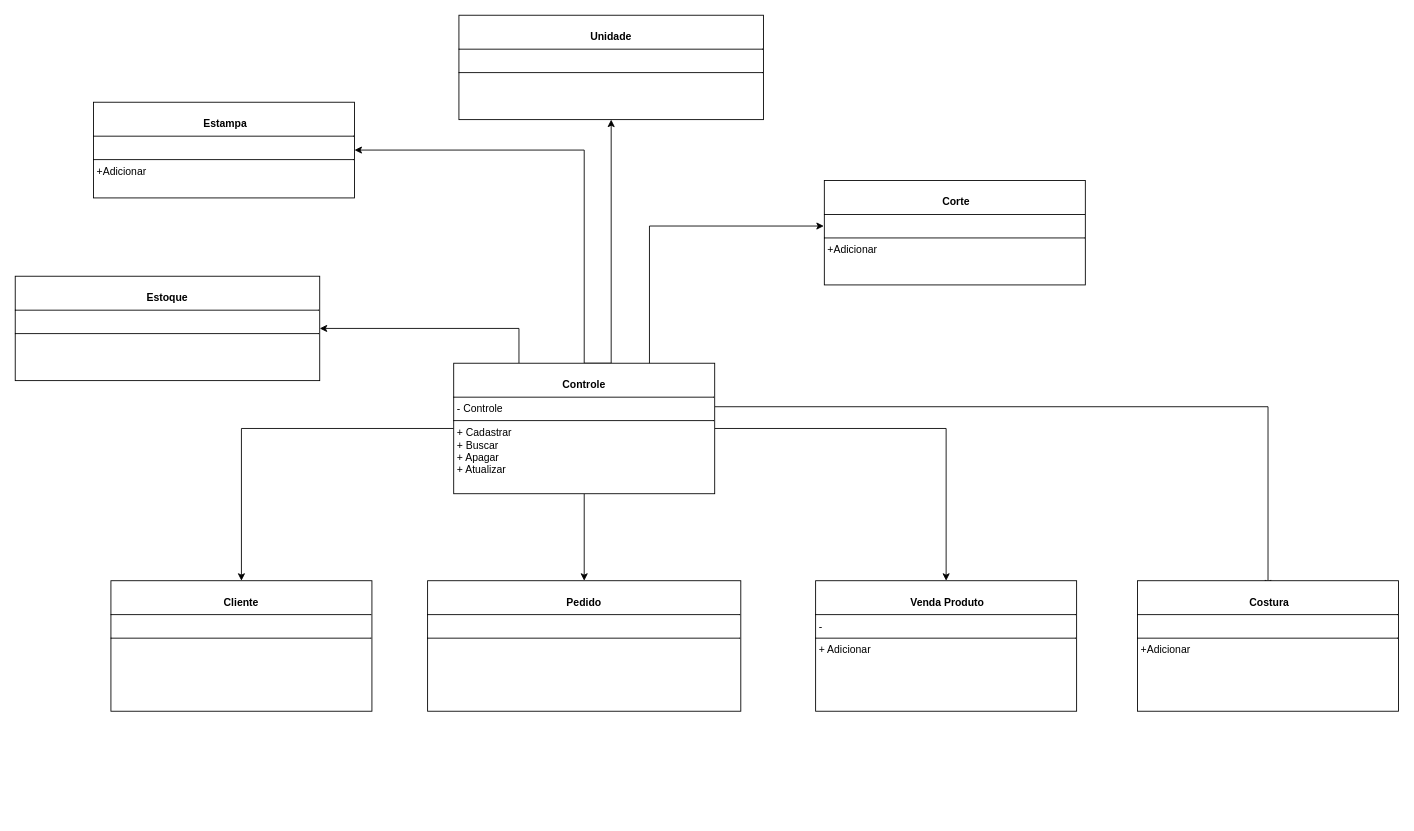
This is page "Página-3" (3 of 3) of DOC/classes.drawio from rafaelareisilva/avatar.app, a draw.io file, before an edit. Source tidied: cells renumbered, new cells numbered last; positions are measured from the earlier drawing's top-left corner, leaving out a move shared by most shapes. Both pictures are drawn from the tidied source at 87%, with x=0, y=0 at pixel (15, 15).
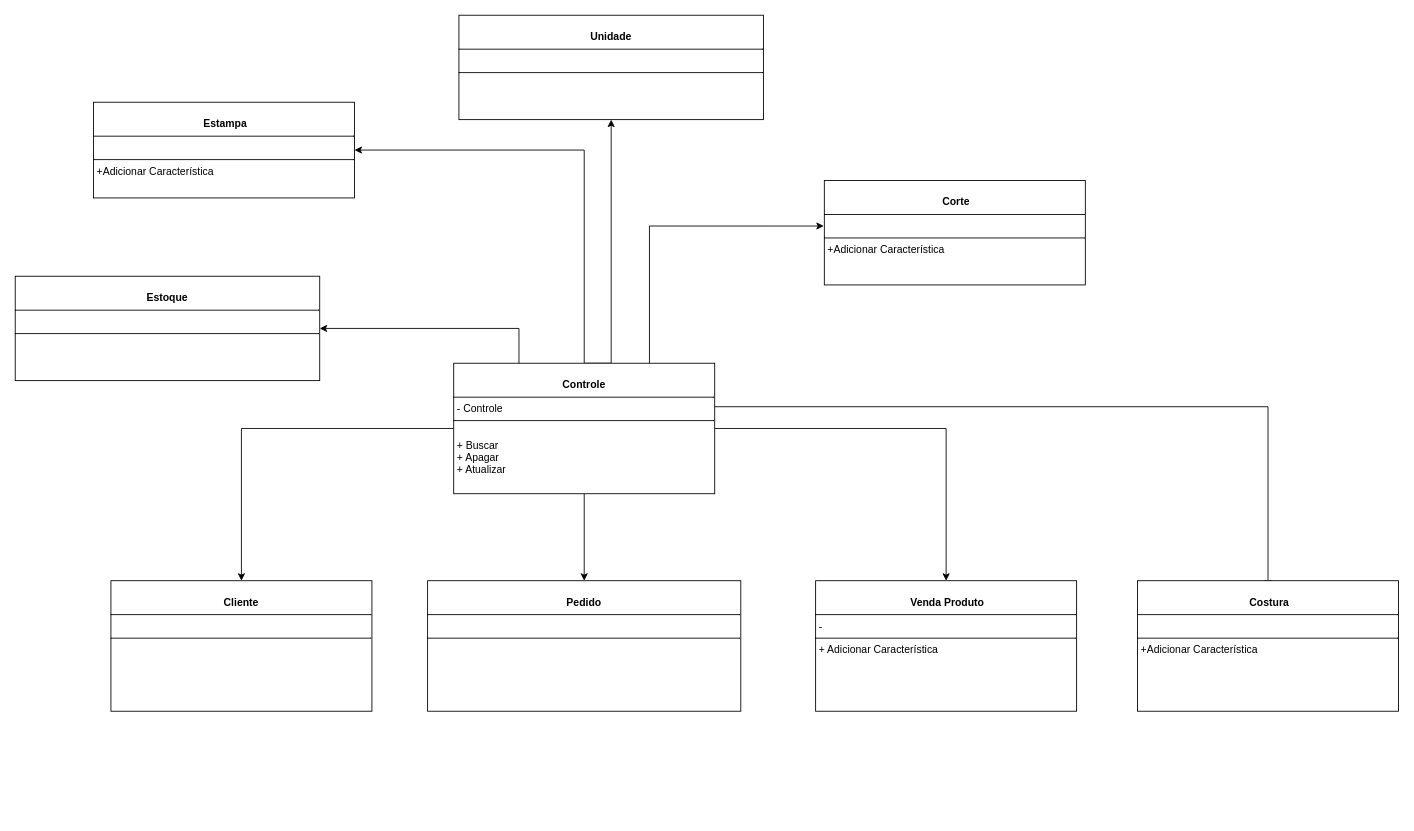
The same page after the edit.

What changed in the source:
```diff
@@
-    <mxCell id="9" value="&lt;p style=&quot;margin:0px;margin-top:4px;text-align:center;&quot;&gt;&lt;br&gt;&lt;b&gt;Controle&lt;/b&gt;&lt;/p&gt;&lt;hr size=&quot;1&quot; style=&quot;border-style:solid;&quot;&gt;&lt;p style=&quot;margin:0px;margin-left:4px;&quot;&gt;- Controle&lt;/p&gt;&lt;hr size=&quot;1&quot; style=&quot;border-style:solid;&quot;&gt;&lt;p style=&quot;margin:0px;margin-left:4px;&quot;&gt;+ Cadastrar&lt;br&gt;+ Buscar&lt;/p&gt;&lt;p style=&quot;margin:0px;margin-left:4px;&quot;&gt;+ Apagar&lt;/p&gt;&lt;p style=&quot;margin:0px;margin-left:4px;&quot;&gt;+ Atualizar&lt;/p&gt;&lt;p style=&quot;margin: 0px 0px 0px 4px;&quot;&gt;&lt;br&gt;&lt;/p&gt;&lt;p style=&quot;margin:0px;margin-left:4px;&quot;&gt;&lt;br&gt;&lt;/p&gt;&lt;p style=&quot;margin:0px;margin-left:4px;&quot;&gt;&lt;br&gt;&lt;/p&gt;&lt;p style=&quot;margin:0px;margin-left:4px;&quot;&gt;&lt;br&gt;&lt;/p&gt;" style="verticalAlign=top;align=left;overflow=fill;html=1;whiteSpace=wrap;" parent="1" vertex="1">
+    <mxCell id="9" value="&lt;p style=&quot;margin:0px;margin-top:4px;text-align:center;&quot;&gt;&lt;br&gt;&lt;b&gt;Controle&lt;/b&gt;&lt;/p&gt;&lt;hr size=&quot;1&quot; style=&quot;border-style:solid;&quot;&gt;&lt;p style=&quot;margin:0px;margin-left:4px;&quot;&gt;- Controle&lt;/p&gt;&lt;hr size=&quot;1&quot; style=&quot;border-style:solid;&quot;&gt;&lt;p style=&quot;margin:0px;margin-left:4px;&quot;&gt;&lt;br&gt;+ Buscar&lt;/p&gt;&lt;p style=&quot;margin:0px;margin-left:4px;&quot;&gt;+ Apagar&lt;/p&gt;&lt;p style=&quot;margin:0px;margin-left:4px;&quot;&gt;+ Atualizar&lt;/p&gt;&lt;p style=&quot;margin: 0px 0px 0px 4px;&quot;&gt;&lt;br&gt;&lt;/p&gt;&lt;p style=&quot;margin:0px;margin-left:4px;&quot;&gt;&lt;br&gt;&lt;/p&gt;&lt;p style=&quot;margin:0px;margin-left:4px;&quot;&gt;&lt;br&gt;&lt;/p&gt;&lt;p style=&quot;margin:0px;margin-left:4px;&quot;&gt;&lt;br&gt;&lt;/p&gt;" style="verticalAlign=top;align=left;overflow=fill;html=1;whiteSpace=wrap;" parent="1" vertex="1">
       <mxGeometry x="504" y="400" width="300" height="150" as="geometry" />
     </mxCell>
@@
-    <mxCell id="13" value="&lt;p style=&quot;margin:0px;margin-top:4px;text-align:center;&quot;&gt;&lt;br&gt;&lt;b&gt;&amp;nbsp;Venda Produto&lt;/b&gt;&lt;/p&gt;&lt;hr size=&quot;1&quot; style=&quot;border-style:solid;&quot;&gt;&lt;p style=&quot;margin:0px;margin-left:4px;&quot;&gt;-&amp;nbsp;&lt;/p&gt;&lt;hr size=&quot;1&quot; style=&quot;border-style:solid;&quot;&gt;&lt;p style=&quot;margin:0px;margin-left:4px;&quot;&gt;+ Adicionar&lt;br&gt;&lt;br&gt;&lt;/p&gt;&lt;p style=&quot;margin:0px;margin-left:4px;&quot;&gt;&lt;br&gt;&lt;/p&gt;&lt;p style=&quot;margin:0px;margin-left:4px;&quot;&gt;&lt;br&gt;&lt;/p&gt;&lt;p style=&quot;margin:0px;margin-left:4px;&quot;&gt;&lt;br&gt;&lt;/p&gt;&lt;p style=&quot;margin:0px;margin-left:4px;&quot;&gt;&lt;br&gt;&lt;/p&gt;&lt;p style=&quot;margin:0px;margin-left:4px;&quot;&gt;&lt;br&gt;&lt;/p&gt;&lt;p style=&quot;margin:0px;margin-left:4px;&quot;&gt;&lt;br&gt;&lt;/p&gt;&lt;p style=&quot;margin:0px;margin-left:4px;&quot;&gt;&lt;br&gt;&lt;/p&gt;&lt;p style=&quot;margin:0px;margin-left:4px;&quot;&gt;&lt;br&gt;&lt;/p&gt;" style="verticalAlign=top;align=left;overflow=fill;html=1;whiteSpace=wrap;" parent="1" vertex="1">
+    <mxCell id="13" value="&lt;p style=&quot;margin:0px;margin-top:4px;text-align:center;&quot;&gt;&lt;br&gt;&lt;b&gt;&amp;nbsp;Venda Produto&lt;/b&gt;&lt;/p&gt;&lt;hr size=&quot;1&quot; style=&quot;border-style:solid;&quot;&gt;&lt;p style=&quot;margin:0px;margin-left:4px;&quot;&gt;-&amp;nbsp;&lt;/p&gt;&lt;hr size=&quot;1&quot; style=&quot;border-style:solid;&quot;&gt;&lt;p style=&quot;margin:0px;margin-left:4px;&quot;&gt;+ Adicionar Característica&lt;br&gt;&lt;br&gt;&lt;/p&gt;&lt;p style=&quot;margin:0px;margin-left:4px;&quot;&gt;&lt;br&gt;&lt;/p&gt;&lt;p style=&quot;margin:0px;margin-left:4px;&quot;&gt;&lt;br&gt;&lt;/p&gt;&lt;p style=&quot;margin:0px;margin-left:4px;&quot;&gt;&lt;br&gt;&lt;/p&gt;&lt;p style=&quot;margin:0px;margin-left:4px;&quot;&gt;&lt;br&gt;&lt;/p&gt;&lt;p style=&quot;margin:0px;margin-left:4px;&quot;&gt;&lt;br&gt;&lt;/p&gt;&lt;p style=&quot;margin:0px;margin-left:4px;&quot;&gt;&lt;br&gt;&lt;/p&gt;&lt;p style=&quot;margin:0px;margin-left:4px;&quot;&gt;&lt;br&gt;&lt;/p&gt;&lt;p style=&quot;margin:0px;margin-left:4px;&quot;&gt;&lt;br&gt;&lt;/p&gt;" style="verticalAlign=top;align=left;overflow=fill;html=1;whiteSpace=wrap;" parent="1" vertex="1">
       <mxGeometry x="920" y="650" width="300" height="150" as="geometry" />
     </mxCell>
-    <mxCell id="14" value="&lt;p style=&quot;margin:0px;margin-top:4px;text-align:center;&quot;&gt;&lt;br&gt;&lt;b&gt;&amp;nbsp;Costura&lt;/b&gt;&lt;/p&gt;&lt;hr size=&quot;1&quot; style=&quot;border-style:solid;&quot;&gt;&lt;p style=&quot;margin:0px;margin-left:4px;&quot;&gt;&lt;br&gt;&lt;/p&gt;&lt;hr size=&quot;1&quot; style=&quot;border-style:solid;&quot;&gt;&lt;p style=&quot;margin:0px;margin-left:4px;&quot;&gt;+Adicionar&lt;/p&gt;&lt;p style=&quot;margin:0px;margin-left:4px;&quot;&gt;&lt;br&gt;&lt;/p&gt;&lt;p style=&quot;margin:0px;margin-left:4px;&quot;&gt;&lt;br&gt;&lt;/p&gt;&lt;p style=&quot;margin:0px;margin-left:4px;&quot;&gt;&lt;br&gt;&lt;/p&gt;&lt;p style=&quot;margin:0px;margin-left:4px;&quot;&gt;&lt;br&gt;&lt;/p&gt;&lt;p style=&quot;margin:0px;margin-left:4px;&quot;&gt;&lt;br&gt;&lt;/p&gt;&lt;p style=&quot;margin:0px;margin-left:4px;&quot;&gt;&lt;br&gt;&lt;/p&gt;&lt;p style=&quot;margin:0px;margin-left:4px;&quot;&gt;&lt;br&gt;&lt;/p&gt;&lt;p style=&quot;margin:0px;margin-left:4px;&quot;&gt;&lt;br&gt;&lt;/p&gt;" style="verticalAlign=top;align=left;overflow=fill;html=1;whiteSpace=wrap;" parent="1" vertex="1">
+    <mxCell id="14" value="&lt;p style=&quot;margin:0px;margin-top:4px;text-align:center;&quot;&gt;&lt;br&gt;&lt;b&gt;&amp;nbsp;Costura&lt;/b&gt;&lt;/p&gt;&lt;hr size=&quot;1&quot; style=&quot;border-style:solid;&quot;&gt;&lt;p style=&quot;margin:0px;margin-left:4px;&quot;&gt;&lt;br&gt;&lt;/p&gt;&lt;hr size=&quot;1&quot; style=&quot;border-style:solid;&quot;&gt;&lt;p style=&quot;margin:0px;margin-left:4px;&quot;&gt;+Adicionar&amp;nbsp;&lt;span style=&quot;background-color: initial;&quot;&gt;Característica&lt;/span&gt;&lt;/p&gt;&lt;p style=&quot;margin:0px;margin-left:4px;&quot;&gt;&lt;br&gt;&lt;/p&gt;&lt;p style=&quot;margin:0px;margin-left:4px;&quot;&gt;&lt;br&gt;&lt;/p&gt;&lt;p style=&quot;margin:0px;margin-left:4px;&quot;&gt;&lt;br&gt;&lt;/p&gt;&lt;p style=&quot;margin:0px;margin-left:4px;&quot;&gt;&lt;br&gt;&lt;/p&gt;&lt;p style=&quot;margin:0px;margin-left:4px;&quot;&gt;&lt;br&gt;&lt;/p&gt;&lt;p style=&quot;margin:0px;margin-left:4px;&quot;&gt;&lt;br&gt;&lt;/p&gt;&lt;p style=&quot;margin:0px;margin-left:4px;&quot;&gt;&lt;br&gt;&lt;/p&gt;&lt;p style=&quot;margin:0px;margin-left:4px;&quot;&gt;&lt;br&gt;&lt;/p&gt;" style="verticalAlign=top;align=left;overflow=fill;html=1;whiteSpace=wrap;" parent="1" vertex="1">
       <mxGeometry x="1290" y="650" width="300" height="150" as="geometry" />
     </mxCell>
-    <mxCell id="15" value="&lt;p style=&quot;margin:0px;margin-top:4px;text-align:center;&quot;&gt;&lt;br&gt;&lt;b&gt;&amp;nbsp;Corte&lt;/b&gt;&lt;/p&gt;&lt;hr size=&quot;1&quot; style=&quot;border-style:solid;&quot;&gt;&lt;p style=&quot;margin:0px;margin-left:4px;&quot;&gt;&lt;br&gt;&lt;/p&gt;&lt;hr size=&quot;1&quot; style=&quot;border-style:solid;&quot;&gt;&lt;p style=&quot;margin:0px;margin-left:4px;&quot;&gt;+Adicionar&lt;br&gt;&lt;/p&gt;&lt;p style=&quot;margin:0px;margin-left:4px;&quot;&gt;&lt;/p&gt;&lt;p style=&quot;margin: 0px 0px 0px 4px;&quot;&gt;&lt;br&gt;&lt;/p&gt;&lt;p style=&quot;margin:0px;margin-left:4px;&quot;&gt;&lt;br&gt;&lt;/p&gt;&lt;p style=&quot;margin:0px;margin-left:4px;&quot;&gt;&lt;br&gt;&lt;/p&gt;&lt;p style=&quot;margin:0px;margin-left:4px;&quot;&gt;&lt;br&gt;&lt;/p&gt;&lt;p style=&quot;margin:0px;margin-left:4px;&quot;&gt;&lt;br&gt;&lt;/p&gt;&lt;p style=&quot;margin:0px;margin-left:4px;&quot;&gt;&lt;br&gt;&lt;/p&gt;&lt;p style=&quot;margin:0px;margin-left:4px;&quot;&gt;&lt;br&gt;&lt;/p&gt;&lt;p style=&quot;margin:0px;margin-left:4px;&quot;&gt;&lt;br&gt;&lt;/p&gt;&lt;p style=&quot;margin:0px;margin-left:4px;&quot;&gt;&lt;br&gt;&lt;/p&gt;" style="verticalAlign=top;align=left;overflow=fill;html=1;whiteSpace=wrap;" parent="1" vertex="1">
+    <mxCell id="15" value="&lt;p style=&quot;margin:0px;margin-top:4px;text-align:center;&quot;&gt;&lt;br&gt;&lt;b&gt;&amp;nbsp;Corte&lt;/b&gt;&lt;/p&gt;&lt;hr size=&quot;1&quot; style=&quot;border-style:solid;&quot;&gt;&lt;p style=&quot;margin:0px;margin-left:4px;&quot;&gt;&lt;br&gt;&lt;/p&gt;&lt;hr size=&quot;1&quot; style=&quot;border-style:solid;&quot;&gt;&lt;p style=&quot;margin:0px;margin-left:4px;&quot;&gt;+Adicionar&amp;nbsp;&lt;span style=&quot;background-color: initial;&quot;&gt;Característica&lt;/span&gt;&lt;br&gt;&lt;/p&gt;&lt;p style=&quot;margin:0px;margin-left:4px;&quot;&gt;&lt;/p&gt;&lt;p style=&quot;margin: 0px 0px 0px 4px;&quot;&gt;&lt;br&gt;&lt;/p&gt;&lt;p style=&quot;margin:0px;margin-left:4px;&quot;&gt;&lt;br&gt;&lt;/p&gt;&lt;p style=&quot;margin:0px;margin-left:4px;&quot;&gt;&lt;br&gt;&lt;/p&gt;&lt;p style=&quot;margin:0px;margin-left:4px;&quot;&gt;&lt;br&gt;&lt;/p&gt;&lt;p style=&quot;margin:0px;margin-left:4px;&quot;&gt;&lt;br&gt;&lt;/p&gt;&lt;p style=&quot;margin:0px;margin-left:4px;&quot;&gt;&lt;br&gt;&lt;/p&gt;&lt;p style=&quot;margin:0px;margin-left:4px;&quot;&gt;&lt;br&gt;&lt;/p&gt;&lt;p style=&quot;margin:0px;margin-left:4px;&quot;&gt;&lt;br&gt;&lt;/p&gt;&lt;p style=&quot;margin:0px;margin-left:4px;&quot;&gt;&lt;br&gt;&lt;/p&gt;" style="verticalAlign=top;align=left;overflow=fill;html=1;whiteSpace=wrap;" parent="1" vertex="1">
       <mxGeometry x="930" y="190" width="300" height="120" as="geometry" />
     </mxCell>
-    <mxCell id="16" value="&lt;p style=&quot;margin:0px;margin-top:4px;text-align:center;&quot;&gt;&lt;br&gt;&lt;b&gt;&amp;nbsp;Estampa&lt;/b&gt;&lt;/p&gt;&lt;hr size=&quot;1&quot; style=&quot;border-style:solid;&quot;&gt;&lt;p style=&quot;margin:0px;margin-left:4px;&quot;&gt;&lt;br&gt;&lt;/p&gt;&lt;hr size=&quot;1&quot; style=&quot;border-style:solid;&quot;&gt;&lt;p style=&quot;margin:0px;margin-left:4px;&quot;&gt;+Adicionar&lt;br&gt;&lt;/p&gt;&lt;p style=&quot;margin:0px;margin-left:4px;&quot;&gt;&lt;/p&gt;&lt;p style=&quot;margin: 0px 0px 0px 4px;&quot;&gt;&lt;br&gt;&lt;/p&gt;&lt;p style=&quot;margin:0px;margin-left:4px;&quot;&gt;&lt;br&gt;&lt;/p&gt;&lt;p style=&quot;margin:0px;margin-left:4px;&quot;&gt;&lt;br&gt;&lt;/p&gt;&lt;p style=&quot;margin:0px;margin-left:4px;&quot;&gt;&lt;br&gt;&lt;/p&gt;&lt;p style=&quot;margin:0px;margin-left:4px;&quot;&gt;&lt;br&gt;&lt;/p&gt;&lt;p style=&quot;margin:0px;margin-left:4px;&quot;&gt;&lt;br&gt;&lt;/p&gt;&lt;p style=&quot;margin:0px;margin-left:4px;&quot;&gt;&lt;br&gt;&lt;/p&gt;&lt;p style=&quot;margin:0px;margin-left:4px;&quot;&gt;&lt;br&gt;&lt;/p&gt;&lt;p style=&quot;margin:0px;margin-left:4px;&quot;&gt;&lt;br&gt;&lt;/p&gt;" style="verticalAlign=top;align=left;overflow=fill;html=1;whiteSpace=wrap;" parent="1" vertex="1">
+    <mxCell id="16" value="&lt;p style=&quot;margin:0px;margin-top:4px;text-align:center;&quot;&gt;&lt;br&gt;&lt;b&gt;&amp;nbsp;Estampa&lt;/b&gt;&lt;/p&gt;&lt;hr size=&quot;1&quot; style=&quot;border-style:solid;&quot;&gt;&lt;p style=&quot;margin:0px;margin-left:4px;&quot;&gt;&lt;br&gt;&lt;/p&gt;&lt;hr size=&quot;1&quot; style=&quot;border-style:solid;&quot;&gt;&lt;p style=&quot;margin:0px;margin-left:4px;&quot;&gt;+Adicionar&amp;nbsp;&lt;span style=&quot;background-color: initial;&quot;&gt;Característica&lt;/span&gt;&lt;br&gt;&lt;/p&gt;&lt;p style=&quot;margin:0px;margin-left:4px;&quot;&gt;&lt;/p&gt;&lt;p style=&quot;margin: 0px 0px 0px 4px;&quot;&gt;&lt;br&gt;&lt;/p&gt;&lt;p style=&quot;margin:0px;margin-left:4px;&quot;&gt;&lt;br&gt;&lt;/p&gt;&lt;p style=&quot;margin:0px;margin-left:4px;&quot;&gt;&lt;br&gt;&lt;/p&gt;&lt;p style=&quot;margin:0px;margin-left:4px;&quot;&gt;&lt;br&gt;&lt;/p&gt;&lt;p style=&quot;margin:0px;margin-left:4px;&quot;&gt;&lt;br&gt;&lt;/p&gt;&lt;p style=&quot;margin:0px;margin-left:4px;&quot;&gt;&lt;br&gt;&lt;/p&gt;&lt;p style=&quot;margin:0px;margin-left:4px;&quot;&gt;&lt;br&gt;&lt;/p&gt;&lt;p style=&quot;margin:0px;margin-left:4px;&quot;&gt;&lt;br&gt;&lt;/p&gt;&lt;p style=&quot;margin:0px;margin-left:4px;&quot;&gt;&lt;br&gt;&lt;/p&gt;" style="verticalAlign=top;align=left;overflow=fill;html=1;whiteSpace=wrap;" parent="1" vertex="1">
       <mxGeometry x="90" y="100" width="300" height="110" as="geometry" />
     </mxCell>
```
